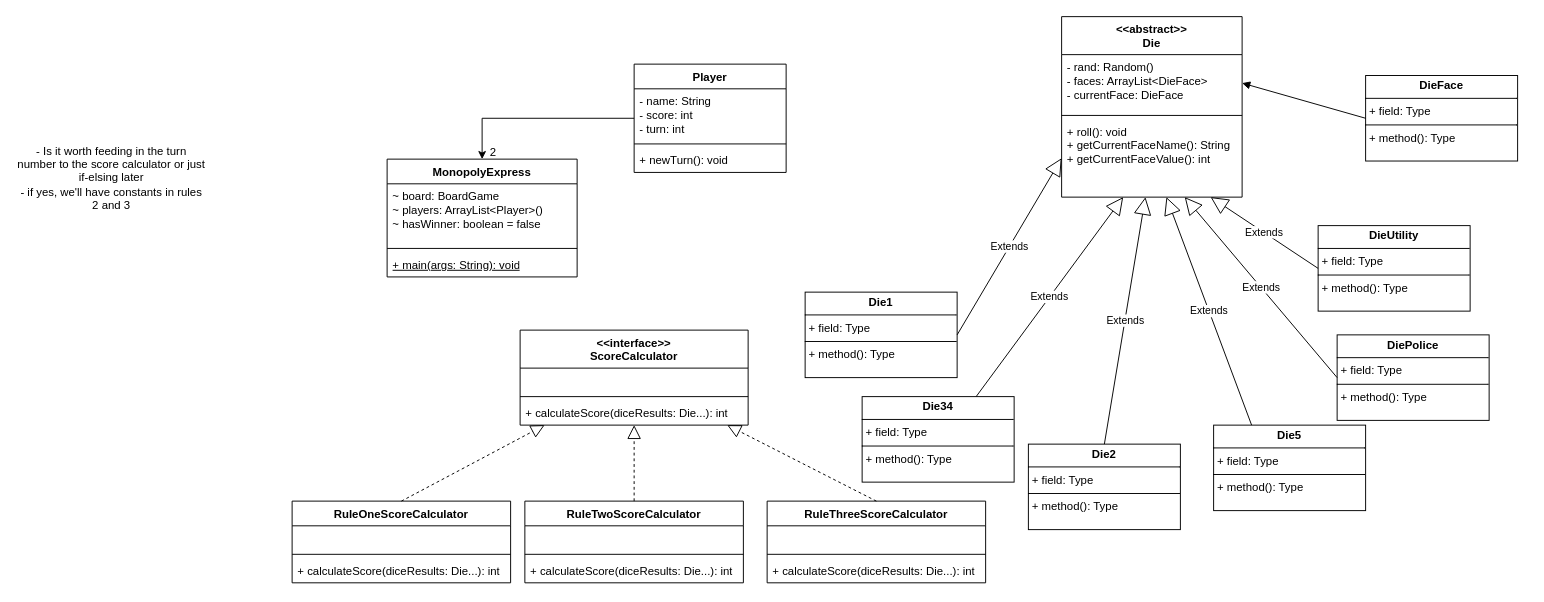
This is workshop9-week10.drawio from antonykimuom/SWEN30006-2025-SM1-workshop1-tuew05-14-00-team-12, a draw.io file, before an edit. Source tidied: cells renumbered, new cells numbered last; positions are measured from the earlier drawing's top-left corner, leaving out a move shared by most shapes. Both pictures are drawn from the tidied source at 95%, with x=0, y=0 at pixel (16, 16).
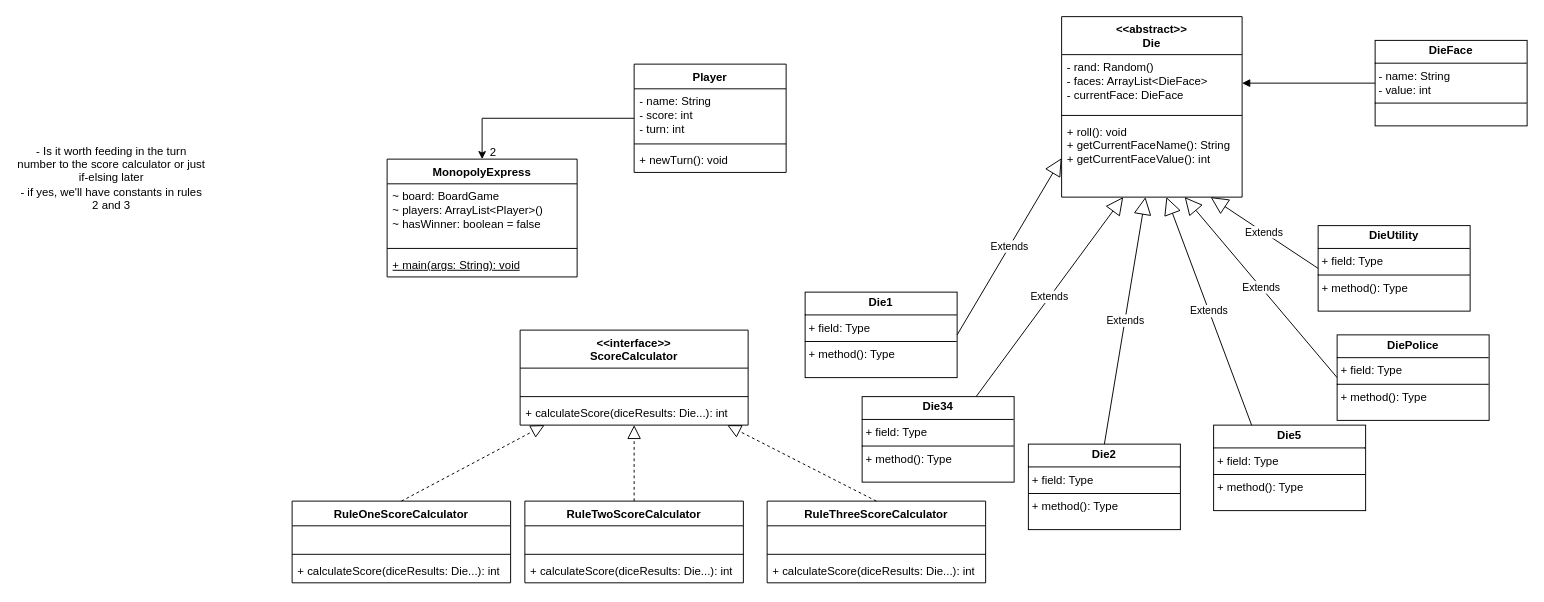
After the change.

Commit message:
added attributes to dieface

What changed in the source:
```diff
@@
-    <mxCell id="42" value="&lt;p style=&quot;margin:0px;margin-top:4px;text-align:center;&quot;&gt;&lt;b&gt;DieFace&lt;/b&gt;&lt;/p&gt;&lt;hr size=&quot;1&quot; style=&quot;border-style:solid;&quot;&gt;&lt;p style=&quot;margin:0px;margin-left:4px;&quot;&gt;+ field: Type&lt;/p&gt;&lt;hr size=&quot;1&quot; style=&quot;border-style:solid;&quot;&gt;&lt;p style=&quot;margin:0px;margin-left:4px;&quot;&gt;+ method(): Type&lt;/p&gt;" style="verticalAlign=top;align=left;overflow=fill;html=1;whiteSpace=wrap;" parent="1" vertex="1">
-      <mxGeometry x="1420" y="62" width="160" height="90" as="geometry" />
+    <mxCell id="42" value="&lt;p style=&quot;margin:0px;margin-top:4px;text-align:center;&quot;&gt;&lt;b&gt;DieFace&lt;/b&gt;&lt;/p&gt;&lt;hr size=&quot;1&quot; style=&quot;border-style:solid;&quot;&gt;&lt;p style=&quot;margin:0px;margin-left:4px;&quot;&gt;- name: String&lt;/p&gt;&lt;p style=&quot;margin:0px;margin-left:4px;&quot;&gt;- value: int&lt;/p&gt;&lt;hr size=&quot;1&quot; style=&quot;border-style:solid;&quot;&gt;&lt;p style=&quot;margin:0px;margin-left:4px;&quot;&gt;&lt;br&gt;&lt;/p&gt;" style="verticalAlign=top;align=left;overflow=fill;html=1;whiteSpace=wrap;" parent="1" vertex="1">
+      <mxGeometry x="1430" y="25" width="160" height="90" as="geometry" />
     </mxCell>
```
